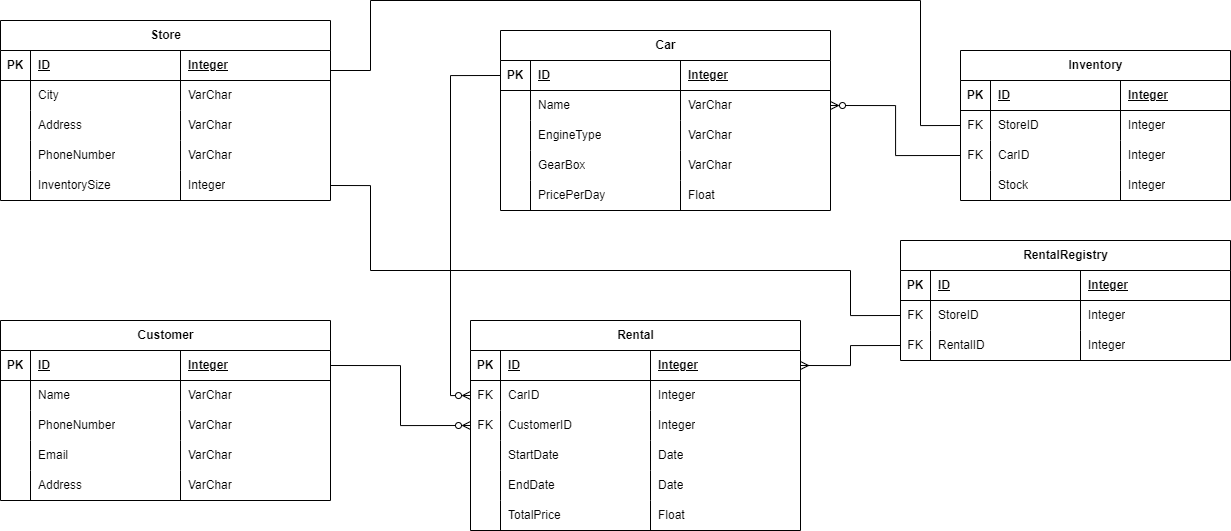
The draw.io diagram CarRental.drawio.png in boolean-uk/java-data-modelling, before a commit. Source tidied: cells renumbered, new cells last; positions are measured from the earlier drawing's top-left corner, leaving out a move shared by most shapes.
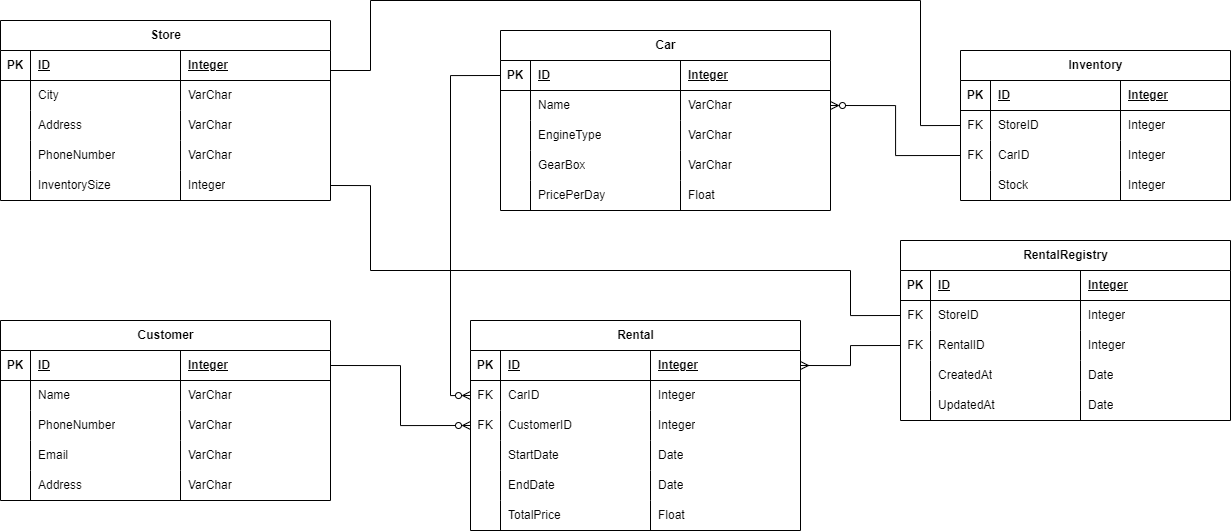
Above is the later version.

Diff of the diagram source:
```diff
@@ -318,7 +318,7 @@
       <mxGeometry x="180" width="150" height="30" as="geometry" />
     </mxCell>
     <mxCell id="107" value="RentalRegistry" style="shape=table;startSize=30;rowLines=0;fontStyle=1;align=center;html=1;" parent="1" vertex="1">
-      <mxGeometry x="900" y="240" width="330" height="120" as="geometry" />
+      <mxGeometry x="900" y="240" width="330" height="180" as="geometry" />
     </mxCell>
     <mxCell id="108" style="shape=tableRow;horizontal=0;startSize=0;swimlaneHead=0;swimlaneBody=0;fillColor=none;top=0;left=0;right=0;bottom=1;" parent="107" vertex="1">
       <mxGeometry y="30" width="330" height="30" as="geometry" />
@@ -356,6 +356,30 @@
     <mxCell id="119" value="Integer" style="shape=partialRectangle;fillColor=none;top=0;left=0;bottom=0;right=0;align=left;spacingLeft=6;overflow=hidden;whiteSpace=wrap;html=1;" parent="116" vertex="1">
       <mxGeometry x="180" width="150" height="30" as="geometry" />
     </mxCell>
+    <mxCell id="126" style="shape=tableRow;horizontal=0;startSize=0;swimlaneHead=0;swimlaneBody=0;fillColor=none;top=0;left=0;right=0;bottom=0;" parent="107" vertex="1">
+      <mxGeometry y="120" width="330" height="30" as="geometry" />
+    </mxCell>
+    <mxCell id="127" style="shape=partialRectangle;fillColor=none;top=0;left=0;bottom=0;right=0;overflow=hidden;whiteSpace=wrap;html=1;" parent="126" vertex="1">
+      <mxGeometry width="30" height="30" as="geometry" />
+    </mxCell>
+    <mxCell id="128" value="CreatedAt" style="shape=partialRectangle;fillColor=none;top=0;left=0;bottom=0;right=0;align=left;spacingLeft=6;overflow=hidden;whiteSpace=wrap;html=1;" parent="126" vertex="1">
+      <mxGeometry x="30" width="150" height="30" as="geometry" />
+    </mxCell>
+    <mxCell id="129" value="Date" style="shape=partialRectangle;fillColor=none;top=0;left=0;bottom=0;right=0;align=left;spacingLeft=6;overflow=hidden;whiteSpace=wrap;html=1;" parent="126" vertex="1">
+      <mxGeometry x="180" width="150" height="30" as="geometry" />
+    </mxCell>
+    <mxCell id="130" style="shape=tableRow;horizontal=0;startSize=0;swimlaneHead=0;swimlaneBody=0;fillColor=none;top=0;left=0;right=0;bottom=0;" parent="107" vertex="1">
+      <mxGeometry y="150" width="330" height="30" as="geometry" />
+    </mxCell>
+    <mxCell id="131" style="shape=partialRectangle;fillColor=none;top=0;left=0;bottom=0;right=0;overflow=hidden;whiteSpace=wrap;html=1;" parent="130" vertex="1">
+      <mxGeometry width="30" height="30" as="geometry" />
+    </mxCell>
+    <mxCell id="132" value="UpdatedAt" style="shape=partialRectangle;fillColor=none;top=0;left=0;bottom=0;right=0;align=left;spacingLeft=6;overflow=hidden;whiteSpace=wrap;html=1;" parent="130" vertex="1">
+      <mxGeometry x="30" width="150" height="30" as="geometry" />
+    </mxCell>
+    <mxCell id="133" value="Date" style="shape=partialRectangle;fillColor=none;top=0;left=0;bottom=0;right=0;align=left;spacingLeft=6;overflow=hidden;whiteSpace=wrap;html=1;" parent="130" vertex="1">
+      <mxGeometry x="180" width="150" height="30" as="geometry" />
+    </mxCell>
     <mxCell id="120" style="edgeStyle=orthogonalEdgeStyle;rounded=0;jettySize=auto;html=1;exitX=1;exitY=0.5;exitDx=0;exitDy=0;entryX=0;entryY=0.5;entryDx=0;entryDy=0;endArrow=none;endFill=0;startArrow=ERzeroToMany;startFill=0;" parent="1" edge="1" source="28" target="74">
       <mxGeometry relative="1" as="geometry" />
     </mxCell>
```
